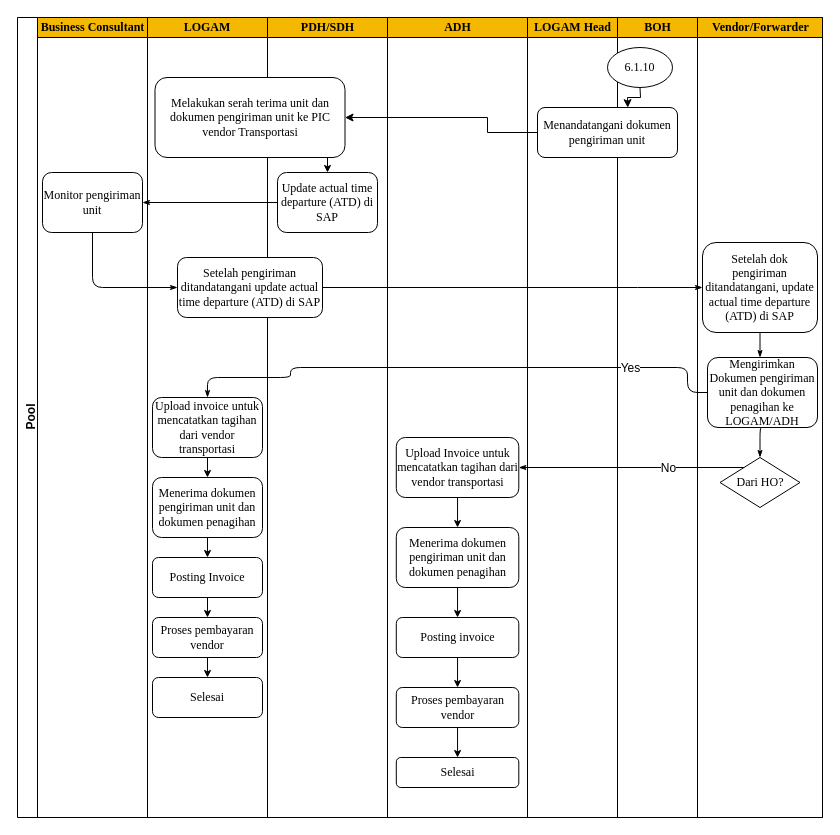
Before: page "Page-1" (1 of 2) of Untitled Diagram.drawio in MiftahRizky/miftahr, a draw.io diagram. Source tidied: cells renumbered, new cells numbered last; positions are measured from the earlier drawing's top-left corner, leaving out a move shared by most shapes. Both pictures are drawn from the tidied source at 100%, with x=0, y=0 at pixel (17, 17).
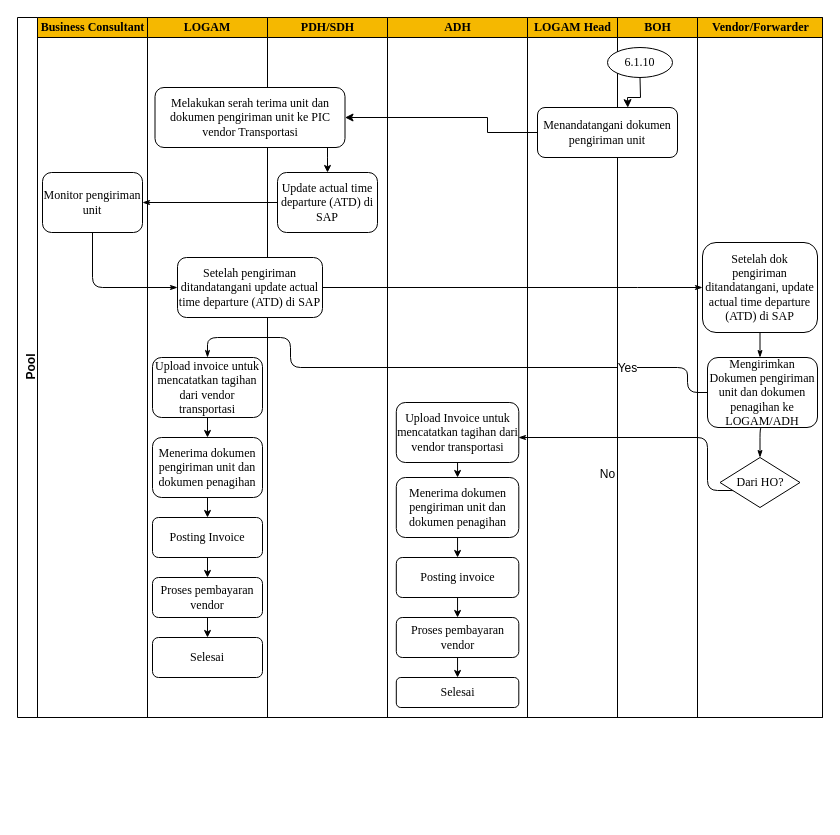
After the change.

The change refers to these unchanged cells:
```xml
<mxCell id="16" value="&lt;font style=&quot;font-size: 12px;&quot; face=&quot;Times New Roman&quot;&gt;Update actual time departure (ATD) di SAP&lt;/font&gt;" style="rounded=1;whiteSpace=wrap;html=1;shadow=0;labelBackgroundColor=none;strokeWidth=1;fontFamily=Verdana;fontSize=12;align=center;" parent="15" vertex="1">
  <mxGeometry x="10" y="155" width="100" height="60" as="geometry" />
</mxCell>
<mxCell id="45" value="&lt;font style=&quot;font-size: 12px;&quot; face=&quot;Times New Roman&quot;&gt;Mengirimkan Dokumen pengiriman unit dan dokumen penagihan ke LOGAM/ADH&lt;/font&gt;" style="rounded=1;whiteSpace=wrap;html=1;shadow=0;labelBackgroundColor=none;strokeWidth=1;fontFamily=Verdana;fontSize=12;align=center;" parent="43" vertex="1">
  <mxGeometry x="10" y="340" width="110" height="70" as="geometry" />
</mxCell>
<mxCell id="47" value="&lt;font style=&quot;font-size: 12px;&quot; face=&quot;Times New Roman&quot;&gt;Dari HO?&lt;/font&gt;" style="rhombus;whiteSpace=wrap;html=1;fontSize=12;" parent="43" vertex="1">
  <mxGeometry x="22.5" y="440" width="80" height="50" as="geometry" />
</mxCell>
```

Diff of the diagram source:
```diff
@@
     <mxCell id="2" value="Pool" style="swimlane;html=1;startSize=20;rounded=0;shadow=0;strokeWidth=1;align=center;verticalAlign=top;horizontal=0;fontSize=12;" parent="1" vertex="1">
-      <mxGeometry width="805" height="800" as="geometry" />
+      <mxGeometry width="805" height="700" as="geometry" />
     </mxCell>
     <mxCell id="3" value="&lt;font style=&quot;font-size: 12px;&quot; face=&quot;Times New Roman&quot;&gt;Business Consultant&lt;/font&gt;" style="swimlane;html=1;startSize=20;fillColor=#f5b800;fontSize=12;" parent="2" vertex="1">
-      <mxGeometry x="20" width="110" height="800" as="geometry" />
+      <mxGeometry x="20" width="110" height="700" as="geometry" />
     </mxCell>
@@
     <mxCell id="5" style="swimlane;html=1;startSize=20;fillColor=#f5b800;fontSize=12;align=center;" parent="2" vertex="1">
-      <mxGeometry x="130" width="240" height="800" as="geometry" />
+      <mxGeometry x="130" width="240" height="700" as="geometry" />
     </mxCell>
     <mxCell id="6" value="&lt;font face=&quot;Times New Roman&quot; style=&quot;font-size: 12px;&quot;&gt;Upload invoice untuk mencatatkan tagihan dari vendor transportasi&lt;/font&gt;" style="rounded=1;whiteSpace=wrap;html=1;shadow=0;labelBackgroundColor=none;strokeWidth=1;fontFamily=Verdana;fontSize=12;align=center;" parent="5" vertex="1">
-      <mxGeometry x="5" y="380" width="110" height="60" as="geometry" />
+      <mxGeometry x="5" y="340" width="110" height="60" as="geometry" />
     </mxCell>
     <mxCell id="7" value="&lt;font face=&quot;Times New Roman&quot; style=&quot;font-size: 12px;&quot;&gt;Menerima dokumen pengiriman unit dan dokumen penagihan&lt;/font&gt;" style="rounded=1;whiteSpace=wrap;html=1;shadow=0;labelBackgroundColor=none;strokeWidth=1;fontFamily=Verdana;fontSize=12;align=center;" parent="5" vertex="1">
-      <mxGeometry x="5" y="460" width="110" height="60" as="geometry" />
+      <mxGeometry x="5" y="420" width="110" height="60" as="geometry" />
     </mxCell>
     <mxCell id="8" value="&lt;font face=&quot;Times New Roman&quot; style=&quot;font-size: 12px;&quot;&gt;Posting Invoice&lt;/font&gt;" style="rounded=1;whiteSpace=wrap;html=1;shadow=0;labelBackgroundColor=none;strokeWidth=1;fontFamily=Verdana;fontSize=12;align=center;" parent="5" vertex="1">
-      <mxGeometry x="5" y="540" width="110" height="40" as="geometry" />
+      <mxGeometry x="5" y="500" width="110" height="40" as="geometry" />
     </mxCell>
     <mxCell id="9" value="&lt;font face=&quot;Times New Roman&quot; style=&quot;font-size: 12px;&quot;&gt;Proses pembayaran vendor&lt;/font&gt;" style="rounded=1;whiteSpace=wrap;html=1;shadow=0;labelBackgroundColor=none;strokeWidth=1;fontFamily=Verdana;fontSize=12;align=center;" parent="5" vertex="1">
-      <mxGeometry x="5" y="600" width="110" height="40" as="geometry" />
+      <mxGeometry x="5" y="560" width="110" height="40" as="geometry" />
     </mxCell>
     <mxCell id="10" value="&lt;font style=&quot;font-size: 12px;&quot; face=&quot;Times New Roman&quot;&gt;Selesai&lt;/font&gt;" style="rounded=1;whiteSpace=wrap;html=1;shadow=0;labelBackgroundColor=none;strokeWidth=1;fontFamily=Verdana;fontSize=12;align=center;" parent="5" vertex="1">
-      <mxGeometry x="5" y="660" width="110" height="40" as="geometry" />
+      <mxGeometry x="5" y="620" width="110" height="40" as="geometry" />
     </mxCell>
@@
     <mxCell id="15" value="&lt;font style=&quot;font-size: 12px;&quot; face=&quot;Times New Roman&quot;&gt;PDH/SDH&lt;/font&gt;" style="swimlane;html=1;startSize=20;fillColor=#f5b800;fontSize=12;" parent="5" vertex="1">
-      <mxGeometry x="120" width="120" height="800" as="geometry" />
+      <mxGeometry x="120" width="120" height="700" as="geometry" />
     </mxCell>
@@
     <mxCell id="18" value="&lt;font face=&quot;Times New Roman&quot; style=&quot;font-size: 12px;&quot;&gt;Melakukan serah terima unit dan dokumen pengiriman unit ke PIC vendor Transportasi&lt;/font&gt;" style="rounded=1;whiteSpace=wrap;html=1;shadow=0;labelBackgroundColor=none;strokeWidth=1;fontFamily=Verdana;fontSize=12;align=center;" parent="15" vertex="1">
-      <mxGeometry x="-112.5" y="60" width="190" height="80" as="geometry" />
+      <mxGeometry x="-112.5" y="70" width="190" height="60" as="geometry" />
     </mxCell>
@@
     <mxCell id="20" style="endArrow=classic;html=1;rounded=0;entryX=0.5;entryY=0;entryDx=0;entryDy=0;endSize=5;startSize=5;" parent="5" edge="1" target="16">
       <mxGeometry relative="1" as="geometry">
-        <mxPoint x="110" y="140" as="sourcePoint" />
+        <mxPoint x="180" y="140" as="sourcePoint" />
         <Array as="points">
-          <mxPoint x="90" y="140" />
+          <mxPoint x="180" y="130" />
           <mxPoint x="180" y="140" />
         </Array>
       </mxGeometry>
     </mxCell>
     <mxCell id="21" value="&lt;font style=&quot;font-size: 12px;&quot; face=&quot;Times New Roman&quot;&gt;ADH&lt;/font&gt;" style="swimlane;html=1;startSize=20;fillColor=#f5b800;fontSize=12;" parent="2" vertex="1">
-      <mxGeometry x="370" width="140" height="800" as="geometry" />
+      <mxGeometry x="370" width="140" height="700" as="geometry" />
     </mxCell>
     <mxCell id="22" value="&lt;font style=&quot;font-size: 12px;&quot; face=&quot;Times New Roman&quot;&gt;Upload Invoice untuk mencatatkan tagihan dari vendor transportasi&lt;/font&gt;" style="rounded=1;whiteSpace=wrap;html=1;shadow=0;labelBackgroundColor=none;strokeWidth=1;fontFamily=Verdana;fontSize=12;align=center;" parent="21" vertex="1">
-      <mxGeometry x="8.8" y="420" width="122.5" height="60" as="geometry" />
+      <mxGeometry x="8.8" y="385" width="122.5" height="60" as="geometry" />
     </mxCell>
     <mxCell id="23" value="&lt;font style=&quot;font-size: 12px;&quot; face=&quot;Times New Roman&quot;&gt;Menerima dokumen pengiriman unit dan dokumen penagihan&lt;/font&gt;" style="rounded=1;whiteSpace=wrap;html=1;shadow=0;labelBackgroundColor=none;strokeWidth=1;fontFamily=Verdana;fontSize=12;align=center;" parent="21" vertex="1">
-      <mxGeometry x="8.8" y="510" width="122.5" height="60" as="geometry" />
+      <mxGeometry x="8.8" y="460" width="122.5" height="60" as="geometry" />
     </mxCell>
     <mxCell id="24" value="&lt;font face=&quot;Times New Roman&quot; style=&quot;font-size: 12px;&quot;&gt;Posting invoice&lt;/font&gt;" style="rounded=1;whiteSpace=wrap;html=1;shadow=0;labelBackgroundColor=none;strokeWidth=1;fontFamily=Verdana;fontSize=12;align=center;" parent="21" vertex="1">
-      <mxGeometry x="8.8" y="600" width="122.5" height="40" as="geometry" />
+      <mxGeometry x="8.8" y="540" width="122.5" height="40" as="geometry" />
     </mxCell>
     <mxCell id="25" value="&lt;font face=&quot;Times New Roman&quot; style=&quot;font-size: 12px;&quot;&gt;Proses pembayaran vendor&lt;/font&gt;" style="rounded=1;whiteSpace=wrap;html=1;shadow=0;labelBackgroundColor=none;strokeWidth=1;fontFamily=Verdana;fontSize=12;align=center;" parent="21" vertex="1">
-      <mxGeometry x="8.8" y="670" width="122.5" height="40" as="geometry" />
+      <mxGeometry x="8.8" y="600" width="122.5" height="40" as="geometry" />
     </mxCell>
     <mxCell id="26" value="&lt;font style=&quot;font-size: 12px;&quot; face=&quot;Times New Roman&quot;&gt;Selesai&lt;/font&gt;" style="rounded=1;whiteSpace=wrap;html=1;shadow=0;labelBackgroundColor=none;strokeWidth=1;fontFamily=Verdana;fontSize=12;align=center;" parent="21" vertex="1">
-      <mxGeometry x="8.8" y="740" width="122.5" height="30" as="geometry" />
+      <mxGeometry x="8.8" y="660" width="122.5" height="30" as="geometry" />
     </mxCell>
@@
     <mxCell id="31" value="&lt;font face=&quot;Times New Roman&quot; style=&quot;font-size: 12px;&quot;&gt;LOGAM Head&lt;/font&gt;" style="swimlane;html=1;startSize=20;fillColor=#f5b800;fontSize=12;" parent="2" vertex="1">
-      <mxGeometry x="510" width="90" height="800" as="geometry" />
+      <mxGeometry x="510" width="90" height="700" as="geometry" />
     </mxCell>
     <mxCell id="32" value="&lt;font style=&quot;font-size: 12px;&quot; face=&quot;Times New Roman&quot;&gt;BOH&lt;/font&gt;" style="swimlane;html=1;startSize=20;fillColor=#f5b800;fontSize=12;" parent="2" vertex="1">
-      <mxGeometry x="600" width="80" height="800" as="geometry" />
+      <mxGeometry x="600" width="80" height="700" as="geometry" />
     </mxCell>
     <mxCell id="33" value="&lt;font face=&quot;Times New Roman&quot; style=&quot;font-size: 12px;&quot;&gt;6.1.10&lt;/font&gt;" style="ellipse;whiteSpace=wrap;html=1;fontSize=12;" parent="32" vertex="1">
-      <mxGeometry x="-10" y="30" width="65" height="40" as="geometry" />
+      <mxGeometry x="-10" y="30" width="65" height="30" as="geometry" />
     </mxCell>
@@
-    <mxCell id="39" style="edgeStyle=orthogonalEdgeStyle;rounded=1;html=1;labelBackgroundColor=none;startArrow=none;startFill=0;startSize=5;endArrow=classicThin;endFill=1;endSize=5;jettySize=auto;strokeWidth=1;fontFamily=Verdana;fontSize=12;entryX=1;entryY=0.5;entryDx=0;entryDy=0;exitX=0;exitY=1;exitDx=0;exitDy=0;" parent="2" edge="1" source="47" target="22">
+    <mxCell id="39" style="edgeStyle=orthogonalEdgeStyle;rounded=1;html=1;labelBackgroundColor=none;startArrow=none;startFill=0;startSize=5;endArrow=classicThin;endFill=1;endSize=5;jettySize=auto;strokeWidth=1;fontFamily=Verdana;fontSize=12;exitX=0;exitY=1;exitDx=0;exitDy=0;" parent="2" edge="1" source="47">
       <mxGeometry relative="1" as="geometry">
+        <mxPoint x="501" y="420" as="targetPoint" />
         <Array as="points">
-          <mxPoint x="750" y="473" />
-          <mxPoint x="750" y="450" />
+          <mxPoint x="723" y="473" />
+          <mxPoint x="690" y="473" />
+          <mxPoint x="690" y="420" />
+          <mxPoint x="501" y="420" />
         </Array>
       </mxGeometry>
     </mxCell>
@@
     <mxCell id="41" style="edgeStyle=orthogonalEdgeStyle;rounded=1;html=1;labelBackgroundColor=none;startArrow=none;startFill=0;startSize=5;endArrow=classicThin;endFill=1;endSize=5;jettySize=auto;strokeWidth=1;fontFamily=Verdana;fontSize=12;entryX=0.5;entryY=0;entryDx=0;entryDy=0;exitX=0;exitY=0.5;exitDx=0;exitDy=0;" parent="2" edge="1" source="45" target="6">
       <mxGeometry relative="1" as="geometry">
         <Array as="points">
           <mxPoint x="670" y="375" />
           <mxPoint x="670" y="350" />
           <mxPoint x="273" y="350" />
-          <mxPoint x="273" y="360" />
-          <mxPoint x="190" y="360" />
+          <mxPoint x="273" y="320" />
+          <mxPoint x="190" y="320" />
         </Array>
       </mxGeometry>
     </mxCell>
@@
     <mxCell id="43" value="&lt;font face=&quot;Times New Roman&quot; style=&quot;font-size: 12px;&quot;&gt;Vendor/Forwarder&lt;/font&gt;" style="swimlane;html=1;startSize=20;fillColor=#f5b800;strokeColor=#000000;fontSize=12;" parent="2" vertex="1">
-      <mxGeometry x="680" width="125" height="800" as="geometry" />
+      <mxGeometry x="680" width="125" height="700" as="geometry" />
     </mxCell>
```
